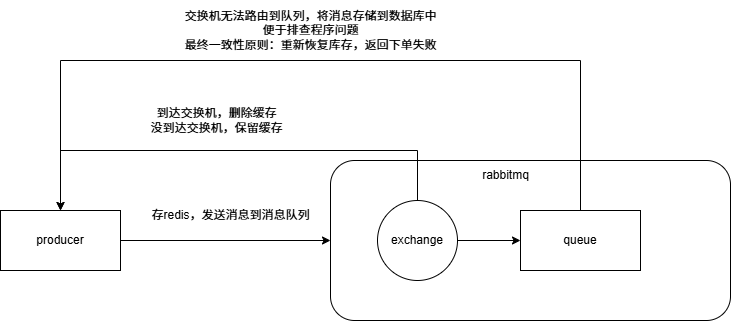
Above: note/保证消息可靠性传递的思路图.png in Lzh-hub-theo/sky-take-out (draw.io), before the change. Source tidied: cells renumbered, new cells last; positions are measured from the earlier drawing's top-left corner, leaving out a move shared by most shapes. Source of this version:
```xml
<mxGraphModel>
  <root>
    <mxCell id="0" />
    <mxCell id="1" parent="0" />
    <mxCell id="2" style="edgeStyle=orthogonalEdgeStyle;rounded=0;jettySize=auto;html=1;" parent="1" edge="1" source="3" target="5">
      <mxGeometry relative="1" as="geometry" />
    </mxCell>
    <mxCell id="3" value="producer" style="rounded=0;whiteSpace=wrap;html=1;" parent="1" vertex="1">
      <mxGeometry y="210" width="120" height="60" as="geometry" />
    </mxCell>
    <mxCell id="4" value="存redis，发送消息到消息队列" style="text;html=1;align=center;verticalAlign=middle;strokeColor=none;fillColor=none;" parent="1" vertex="1">
      <mxGeometry x="140" y="200" width="180" height="30" as="geometry" />
    </mxCell>
    <mxCell id="5" style="rounded=1;whiteSpace=wrap;html=1;" parent="1" vertex="1">
      <mxGeometry x="330" y="160" width="400" height="160" as="geometry" />
    </mxCell>
    <mxCell id="6" style="edgeStyle=orthogonalEdgeStyle;rounded=0;jettySize=auto;html=1;" parent="1" edge="1" source="8" target="10">
      <mxGeometry relative="1" as="geometry" />
    </mxCell>
    <mxCell id="7" style="edgeStyle=orthogonalEdgeStyle;rounded=0;jettySize=auto;html=1;exitX=0.5;exitY=0;exitDx=0;exitDy=0;entryX=0.5;entryY=0;entryDx=0;entryDy=0;" parent="1" edge="1" source="8" target="3">
      <mxGeometry relative="1" as="geometry">
        <Array as="points">
          <mxPoint x="417" y="150" />
          <mxPoint x="60" y="150" />
        </Array>
      </mxGeometry>
    </mxCell>
    <mxCell id="8" value="exchange" style="ellipse;whiteSpace=wrap;html=1;" parent="1" vertex="1">
      <mxGeometry x="377" y="200" width="80" height="80" as="geometry" />
    </mxCell>
    <mxCell id="9" style="edgeStyle=orthogonalEdgeStyle;rounded=0;jettySize=auto;html=1;entryX=0.5;entryY=0;entryDx=0;entryDy=0;" parent="1" edge="1" source="10" target="3">
      <mxGeometry relative="1" as="geometry">
        <Array as="points">
          <mxPoint x="580" y="60" />
          <mxPoint x="60" y="60" />
        </Array>
      </mxGeometry>
    </mxCell>
    <mxCell id="10" value="queue" style="rounded=0;whiteSpace=wrap;html=1;" parent="1" vertex="1">
      <mxGeometry x="520" y="210" width="120" height="60" as="geometry" />
    </mxCell>
    <mxCell id="11" value="到达交换机，删除缓存&lt;div&gt;没到达交换机，保留缓存&lt;/div&gt;" style="text;html=1;align=center;verticalAlign=middle;strokeColor=none;fillColor=none;" parent="1" vertex="1">
      <mxGeometry x="135.5" y="100" width="160" height="40" as="geometry" />
    </mxCell>
    <mxCell id="12" value="交换机无法路由到队列，将消息存储到数据库中&lt;div&gt;便于排查程序问题&lt;/div&gt;&lt;div&gt;最终一致性原则：重新恢复库存，返回下单失败&lt;/div&gt;" style="text;html=1;align=center;verticalAlign=middle;strokeColor=none;fillColor=none;" parent="1" vertex="1">
      <mxGeometry x="170" width="280" height="60" as="geometry" />
    </mxCell>
    <mxCell id="13" value="rabbitmq" style="text;html=1;align=center;verticalAlign=middle;strokeColor=none;fillColor=none;" parent="1" vertex="1">
      <mxGeometry x="470" y="160" width="70" height="30" as="geometry" />
    </mxCell>
  </root>
</mxGraphModel>
```
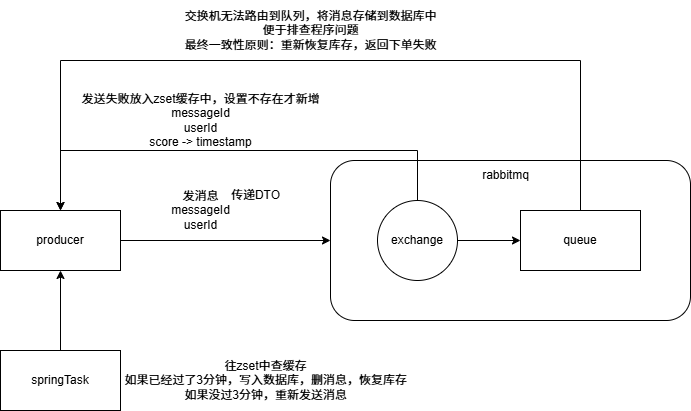
Above is the later version.

Commit message:
调研生产者实现消息可靠传递的具体实现方案

The edit, as a diff of the source:
```diff
@@ -2,18 +2,15 @@
   <root>
     <mxCell id="0" />
     <mxCell id="1" parent="0" />
-    <mxCell id="2" style="edgeStyle=orthogonalEdgeStyle;rounded=0;jettySize=auto;html=1;" parent="1" edge="1" source="3" target="5">
-      <mxGeometry relative="1" as="geometry" />
-    </mxCell>
+    <mxCell id="14" style="edgeStyle=orthogonalEdgeStyle;rounded=0;jettySize=auto;html=1;" parent="1" edge="1" source="3" target="15">
+      <mxGeometry relative="1" as="geometry" />
+    </mxCell>
     <mxCell id="3" value="producer" style="rounded=0;whiteSpace=wrap;html=1;" parent="1" vertex="1">
       <mxGeometry y="210" width="120" height="60" as="geometry" />
     </mxCell>
-    <mxCell id="4" value="存redis，发送消息到消息队列" style="text;html=1;align=center;verticalAlign=middle;strokeColor=none;fillColor=none;" parent="1" vertex="1">
-      <mxGeometry x="140" y="200" width="180" height="30" as="geometry" />
-    </mxCell>
-    <mxCell id="5" style="rounded=1;whiteSpace=wrap;html=1;" parent="1" vertex="1">
-      <mxGeometry x="330" y="160" width="400" height="160" as="geometry" />
-    </mxCell>
+    <mxCell id="15" style="rounded=1;whiteSpace=wrap;html=1;" parent="1" vertex="1">
+      <mxGeometry x="330" y="160" width="360" height="160" as="geometry" />
+    </mxCell>
     <mxCell id="6" style="edgeStyle=orthogonalEdgeStyle;rounded=0;jettySize=auto;html=1;" parent="1" edge="1" source="8" target="10">
       <mxGeometry relative="1" as="geometry" />
     </mxCell>
@@ -39,14 +36,29 @@
     <mxCell id="10" value="queue" style="rounded=0;whiteSpace=wrap;html=1;" parent="1" vertex="1">
       <mxGeometry x="520" y="210" width="120" height="60" as="geometry" />
     </mxCell>
-    <mxCell id="11" value="到达交换机，删除缓存&lt;div&gt;没到达交换机，保留缓存&lt;/div&gt;" style="text;html=1;align=center;verticalAlign=middle;strokeColor=none;fillColor=none;" parent="1" vertex="1">
-      <mxGeometry x="135.5" y="100" width="160" height="40" as="geometry" />
-    </mxCell>
+    <mxCell id="13" value="rabbitmq" style="text;html=1;align=center;verticalAlign=middle;strokeColor=none;fillColor=none;" parent="1" vertex="1">
+      <mxGeometry x="470" y="160" width="70" height="30" as="geometry" />
+    </mxCell>
+    <mxCell id="16" style="edgeStyle=orthogonalEdgeStyle;rounded=0;jettySize=auto;html=1;entryX=0.5;entryY=1;entryDx=0;entryDy=0;" parent="1" edge="1" source="17" target="3">
+      <mxGeometry relative="1" as="geometry" />
+    </mxCell>
+    <mxCell id="17" value="springTask" style="rounded=0;whiteSpace=wrap;html=1;" parent="1" vertex="1">
+      <mxGeometry y="350" width="120" height="60" as="geometry" />
+    </mxCell>
+    <mxCell id="18" value="发消息&lt;div&gt;messageId&lt;/div&gt;&lt;div&gt;userId&lt;/div&gt;" style="text;html=1;align=center;verticalAlign=middle;strokeColor=none;fillColor=none;" parent="1" vertex="1">
+      <mxGeometry x="160" y="180" width="80" height="60" as="geometry" />
+    </mxCell>
+    <mxCell id="19" value="发送失败放入zset缓存中，设置不存在才新增&lt;div&gt;messageId&lt;/div&gt;&lt;div&gt;userId&lt;/div&gt;&lt;div&gt;score -&amp;gt; timestamp&lt;/div&gt;" style="text;html=1;align=center;verticalAlign=middle;strokeColor=none;fillColor=none;" parent="1" vertex="1">
+      <mxGeometry x="70" y="85" width="260" height="70" as="geometry" />
+    </mxCell>
     <mxCell id="12" value="交换机无法路由到队列，将消息存储到数据库中&lt;div&gt;便于排查程序问题&lt;/div&gt;&lt;div&gt;最终一致性原则：重新恢复库存，返回下单失败&lt;/div&gt;" style="text;html=1;align=center;verticalAlign=middle;strokeColor=none;fillColor=none;" parent="1" vertex="1">
       <mxGeometry x="170" width="280" height="60" as="geometry" />
     </mxCell>
-    <mxCell id="13" value="rabbitmq" style="text;html=1;align=center;verticalAlign=middle;strokeColor=none;fillColor=none;" parent="1" vertex="1">
-      <mxGeometry x="470" y="160" width="70" height="30" as="geometry" />
-    </mxCell>
+    <mxCell id="20" value="往zset中查缓存&lt;div&gt;如果已经过了3分钟，写入数据库，删消息，恢复库存&lt;br&gt;&lt;div&gt;如果没过3分钟，重新发送消息&lt;/div&gt;&lt;/div&gt;" style="text;html=1;align=center;verticalAlign=middle;strokeColor=none;fillColor=none;" parent="1" vertex="1">
+      <mxGeometry x="110" y="350" width="310" height="60" as="geometry" />
+    </mxCell>
+    <mxCell id="21" value="传递DTO" style="text;html=1;align=center;verticalAlign=middle;strokeColor=none;fillColor=none;" parent="1" vertex="1">
+      <mxGeometry x="220" y="180" width="70" height="30" as="geometry" />
+    </mxCell>
   </root>
 </mxGraphModel>
```
